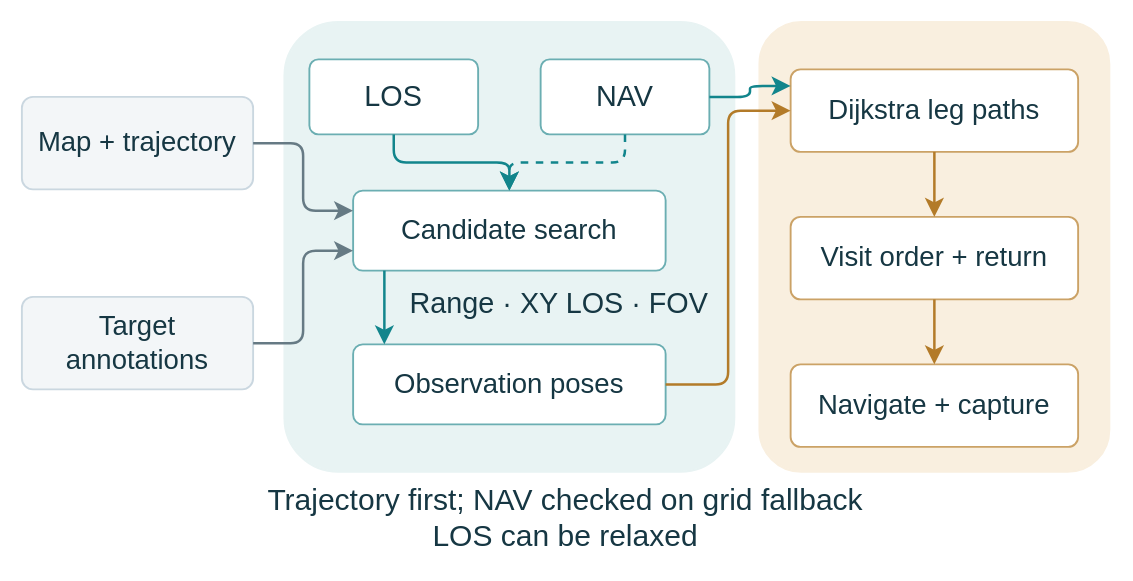
huaiqianli2-lab/go2-rule-based-inspection-navigation keeps this draw.io diagram as docs/inspection-workflow.drawio. Above is the earlier version. Source tidied: cells renumbered, new cells numbered last; positions are measured from the earlier drawing's top-left corner, leaving out a move shared by most shapes. Both pictures are drawn from the tidied source at 125%, with x=0, y=0 at pixel (21, 21).
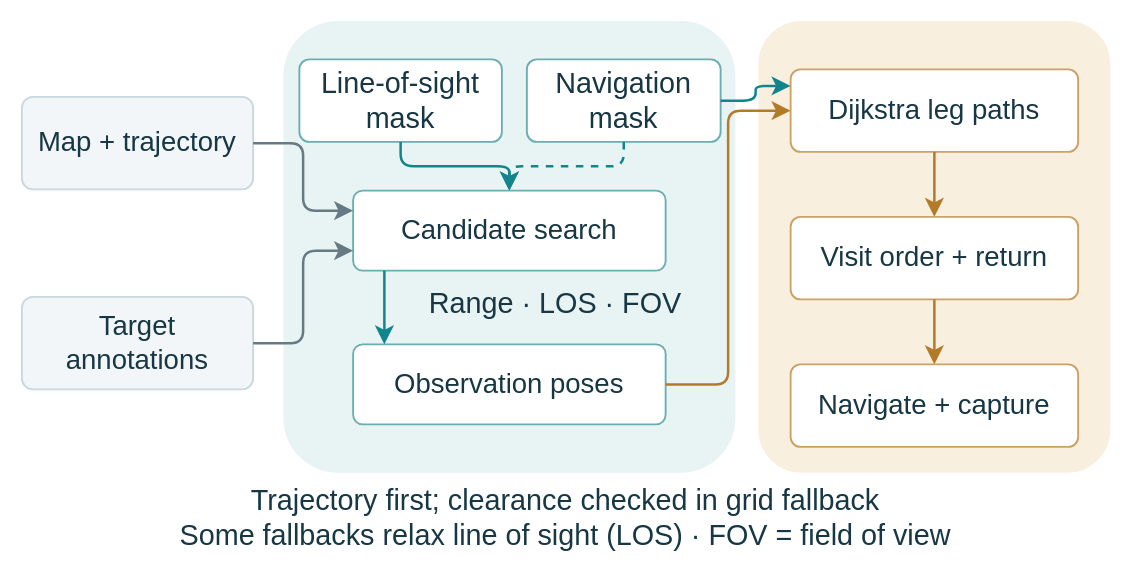
After the change.

Unchanged cells that the change refers to:
```xml
<mxCell id="2" style="rounded=1;arcSize=12;whiteSpace=wrap;html=1;fontFamily=Helvetica;fontSize=22;fontColor=#163743;fillColor=#e8f3f3;strokeColor=#e8f3f3;strokeWidth=1.5;spacing=6;" parent="1" vertex="1">
  <mxGeometry x="210" width="360" height="360" as="geometry" />
</mxCell>
```

Change to the diagram source:
```diff
@@
-    <mxCell id="6" value="NAV" style="rounded=1;arcSize=12;whiteSpace=wrap;html=1;fontFamily=Helvetica;fontSize=23;fontColor=#163743;fillColor=#ffffff;strokeColor=#6baeb2;strokeWidth=1.5;spacing=6;" parent="2" vertex="1">
-      <mxGeometry x="205" y="30" width="135" height="60" as="geometry" />
+    <mxCell id="6" value="Navigation&lt;br&gt;mask" style="rounded=1;arcSize=12;whiteSpace=wrap;html=1;fontFamily=Helvetica;fontSize=23;fontColor=#163743;fillColor=#ffffff;strokeColor=#6baeb2;strokeWidth=1.5;spacing=6;" parent="2" vertex="1">
+      <mxGeometry x="194" y="30" width="155" height="66" as="geometry" />
     </mxCell>
-    <mxCell id="7" value="LOS" style="rounded=1;arcSize=12;whiteSpace=wrap;html=1;fontFamily=Helvetica;fontSize=23;fontColor=#163743;fillColor=#ffffff;strokeColor=#6baeb2;strokeWidth=1.5;spacing=6;" parent="2" vertex="1">
-      <mxGeometry x="20" y="30" width="135" height="60" as="geometry" />
+    <mxCell id="7" value="Line-of-sight&lt;br&gt;mask" style="rounded=1;arcSize=12;whiteSpace=wrap;html=1;fontFamily=Helvetica;fontSize=23;fontColor=#163743;fillColor=#ffffff;strokeColor=#6baeb2;strokeWidth=1.5;spacing=6;" parent="2" vertex="1">
+      <mxGeometry x="12" y="30" width="162" height="66" as="geometry" />
     </mxCell>
@@
-    <mxCell id="22" value="Range · XY LOS · FOV" style="rounded=1;arcSize=12;whiteSpace=wrap;html=1;fontFamily=Helvetica;fontSize=23;fontColor=#163743;fillColor=none;strokeColor=none;strokeWidth=1.5;spacing=6;" parent="1" vertex="1">
-      <mxGeometry x="300" y="206" width="260" height="38" as="geometry" />
+    <mxCell id="22" value="Range · LOS · FOV" style="rounded=1;arcSize=12;whiteSpace=wrap;html=1;fontFamily=Helvetica;fontSize=23;fontColor=#163743;fillColor=none;strokeColor=none;strokeWidth=1.5;spacing=6;" parent="1" vertex="1">
+      <mxGeometry x="289" y="206" width="276" height="38" as="geometry" />
     </mxCell>
-    <mxCell id="23" value="Trajectory first; NAV checked on grid fallback&lt;br&gt;LOS can be relaxed" style="rounded=1;arcSize=12;whiteSpace=wrap;html=1;fontFamily=Helvetica;fontSize=24;fontColor=#163743;fillColor=none;strokeColor=none;strokeWidth=1.5;spacing=6;" parent="1" vertex="1">
+    <mxCell id="23" value="Trajectory first; clearance checked in grid fallback&lt;br&gt;Some fallbacks relax line of sight (LOS) · FOV = field of view" style="rounded=1;arcSize=12;whiteSpace=wrap;html=1;fontFamily=Helvetica;fontSize=23;fontColor=#163743;fillColor=none;strokeColor=none;strokeWidth=1.5;spacing=6;" parent="1" vertex="1">
       <mxGeometry y="364" width="870" height="66" as="geometry" />
     </mxCell>
```
